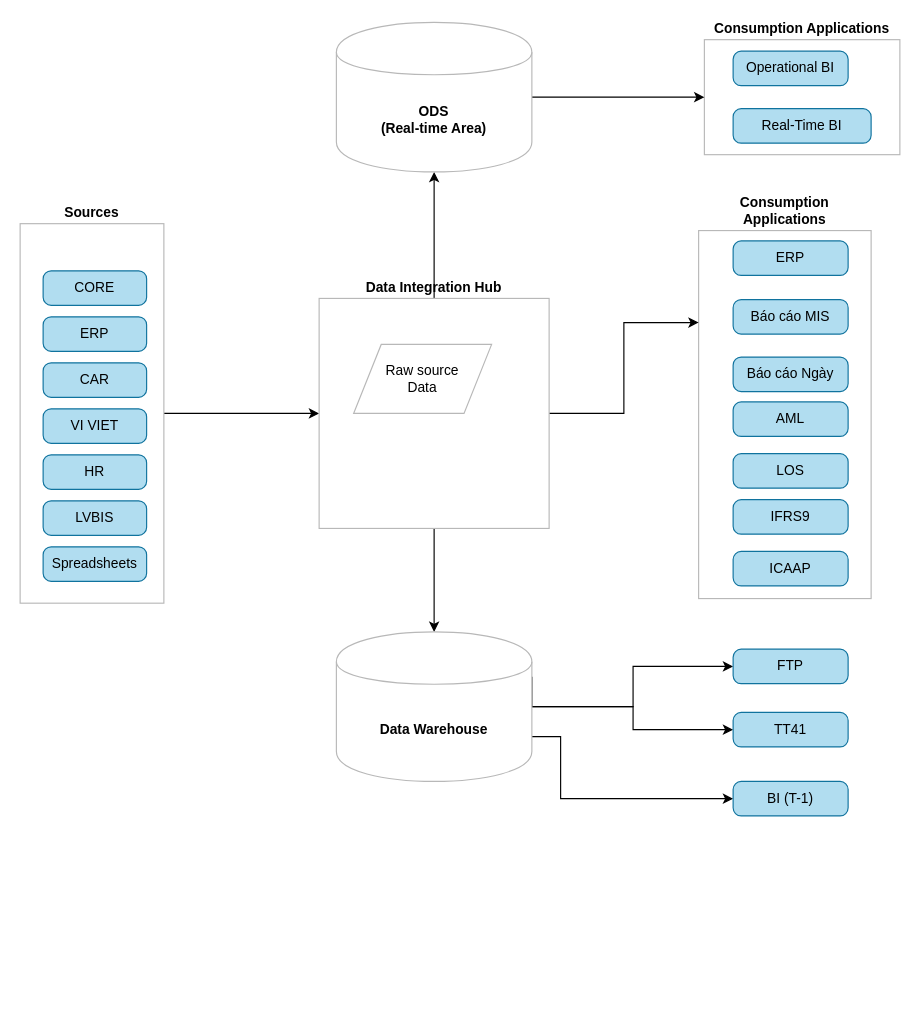
This is Data Hub.drawio from uyennt01/Project1, a draw.io file, before an edit. Source tidied: cells renumbered, new cells numbered last; positions are measured from the earlier drawing's top-left corner, leaving out a move shared by most shapes. Both pictures are drawn from the tidied source at 115%, with x=0, y=0 at pixel (20, 22).
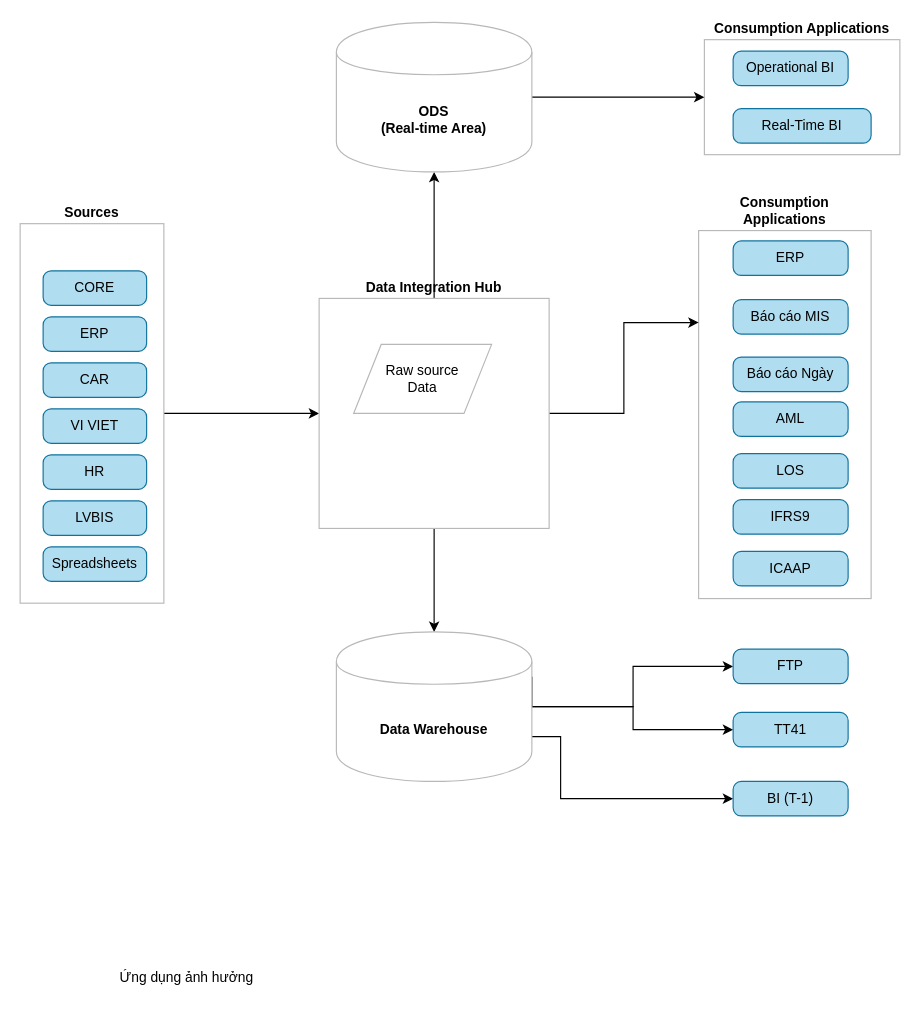
After the change.

Diff of the diagram source:
```diff
@@
+    <mxCell id="36" value="Ứng dụng ảnh hưởng" style="text;html=1;strokeColor=none;fillColor=none;align=center;verticalAlign=middle;whiteSpace=wrap;rounded=0;" parent="1" vertex="1">
+      <mxGeometry x="20" y="821" width="250" height="20" as="geometry" />
+    </mxCell>
```
